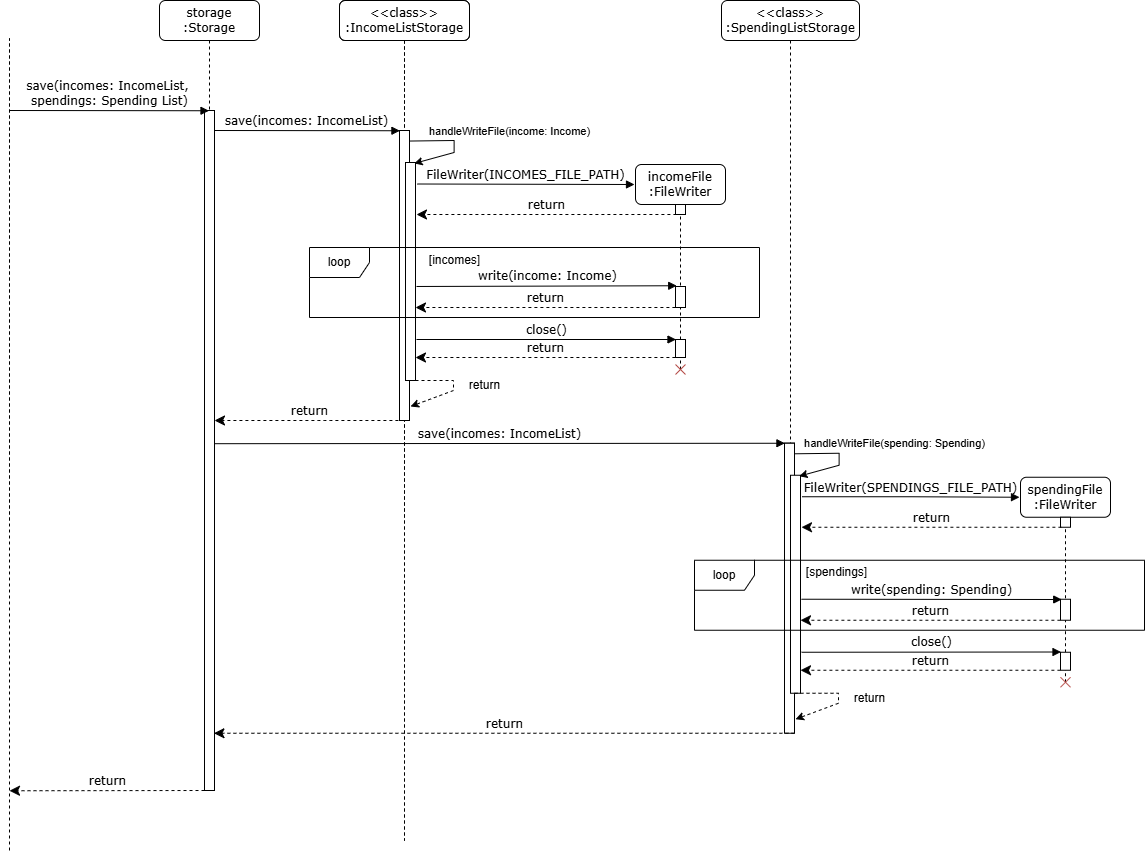
This is docs/Diagrams/Storage/saveStorageSD.png from wongwh2002/CS2113TeamProject, a draw.io export, as it was before one commit. Source tidied: cells renumbered, new cells last; positions are measured from the earlier drawing's top-left corner, leaving out a move shared by most shapes.
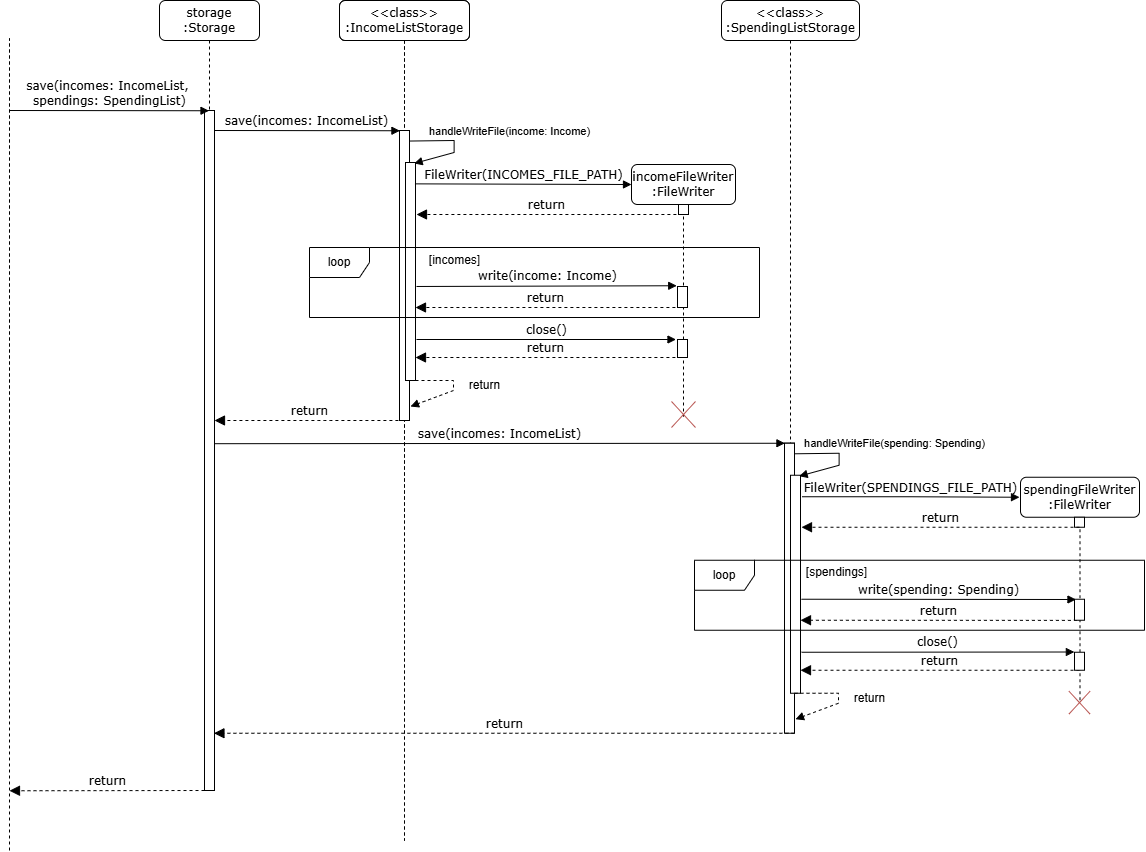
After the commit.

What changed in the source:
```diff
@@ -34,7 +34,7 @@
     <mxCell id="11" style="html=1;points=[];perimeter=orthogonalPerimeter;rounded=0;shadow=0;comic=0;labelBackgroundColor=none;strokeWidth=1;fontFamily=Verdana;fontSize=12;align=center;" parent="9" vertex="1">
       <mxGeometry x="66" y="162" width="10" height="218" as="geometry" />
     </mxCell>
-    <mxCell id="12" style="endArrow=classic;html=1;rounded=0;exitX=1.038;exitY=0.503;exitDx=0;exitDy=0;exitPerimeter=0;entryX=1.026;entryY=0.012;entryDx=0;entryDy=0;entryPerimeter=0;" parent="9" edge="1">
+    <mxCell id="12" style="endArrow=block;html=1;rounded=0;exitX=1.038;exitY=0.503;exitDx=0;exitDy=0;exitPerimeter=0;entryX=1.026;entryY=0.012;entryDx=0;entryDy=0;entryPerimeter=0;endFill=1;" parent="9" edge="1">
       <mxGeometry relative="1" as="geometry">
         <mxPoint x="70" y="140.5" as="sourcePoint" />
         <mxPoint x="74.6" y="163" as="targetPoint" />
@@ -49,7 +49,7 @@
         <mxPoint x="53" y="-18" as="offset" />
       </mxGeometry>
     </mxCell>
-    <mxCell id="14" style="endArrow=classic;html=1;rounded=0;exitX=0.591;exitY=1.001;exitDx=0;exitDy=0;exitPerimeter=0;entryX=1.186;entryY=0.767;entryDx=0;entryDy=0;entryPerimeter=0;dashed=1;" parent="9" edge="1">
+    <mxCell id="14" style="endArrow=block;html=1;rounded=0;exitX=0.591;exitY=1.001;exitDx=0;exitDy=0;exitPerimeter=0;entryX=1.186;entryY=0.767;entryDx=0;entryDy=0;entryPerimeter=0;dashed=1;endFill=1;" parent="9" edge="1">
       <mxGeometry relative="1" as="geometry">
         <mxPoint x="70" y="380" as="sourcePoint" />
         <mxPoint x="71" y="406" as="targetPoint" />
@@ -62,10 +62,9 @@
     <mxCell id="15" value="&amp;lt;&amp;lt;class&amp;gt;&amp;gt;&lt;br&gt;:SpendingListStorage" style="shape=umlLifeline;perimeter=lifelinePerimeter;whiteSpace=wrap;html=1;rounded=1;shadow=0;comic=0;labelBackgroundColor=none;strokeWidth=1;fontFamily=Verdana;fontSize=12;align=center;" parent="1" vertex="1">
       <mxGeometry x="712" width="138" height="590" as="geometry" />
     </mxCell>
-    <mxCell id="16" value="FileWriter(INCOMES_FILE_PATH)" style="html=1;verticalAlign=bottom;endArrow=block;labelBackgroundColor=none;fontFamily=Verdana;fontSize=12;edgeStyle=elbowEdgeStyle;elbow=vertical;exitX=1.071;exitY=0.13;exitDx=0;exitDy=0;exitPerimeter=0;" parent="15" edge="1">
+    <mxCell id="16" value="FileWriter(INCOMES_FILE_PATH)" style="html=1;verticalAlign=bottom;endArrow=block;labelBackgroundColor=none;fontFamily=Verdana;fontSize=12;edgeStyle=elbowEdgeStyle;elbow=vertical;exitX=0.947;exitY=0.098;exitDx=0;exitDy=0;exitPerimeter=0;" parent="15" edge="1" source="11">
       <mxGeometry relative="1" as="geometry">
-        <mxPoint x="-304.3" y="183.5" as="sourcePoint" />
-        <mxPoint x="-87" y="184" as="targetPoint" />
+        <mxPoint x="-90" y="184" as="targetPoint" />
       </mxGeometry>
     </mxCell>
     <mxCell id="17" value="close()" style="html=1;verticalAlign=bottom;endArrow=block;labelBackgroundColor=none;fontFamily=Verdana;fontSize=12;edgeStyle=elbowEdgeStyle;elbow=vertical;" parent="15" edge="1">
@@ -74,7 +73,7 @@
         <mxPoint x="-45.5" y="338.6" as="targetPoint" />
       </mxGeometry>
     </mxCell>
-    <mxCell id="18" value="return" style="html=1;verticalAlign=bottom;endArrow=classic;dashed=1;endSize=8;labelBackgroundColor=none;fontFamily=Verdana;fontSize=12;edgeStyle=elbowEdgeStyle;elbow=vertical;endFill=1;entryX=1;entryY=0.587;entryDx=0;entryDy=0;entryPerimeter=0;" parent="15" edge="1">
+    <mxCell id="18" value="return" style="html=1;verticalAlign=bottom;endArrow=block;dashed=1;endSize=8;labelBackgroundColor=none;fontFamily=Verdana;fontSize=12;edgeStyle=elbowEdgeStyle;elbow=vertical;endFill=1;entryX=1;entryY=0.587;entryDx=0;entryDy=0;entryPerimeter=0;" parent="15" edge="1">
       <mxGeometry relative="1" as="geometry">
         <mxPoint x="-46.1" y="307" as="sourcePoint" />
         <mxPoint x="-306" y="307.1" as="targetPoint" />
@@ -83,7 +82,7 @@
         </Array>
       </mxGeometry>
     </mxCell>
-    <mxCell id="19" value="return" style="html=1;verticalAlign=bottom;endArrow=classic;dashed=1;endSize=8;labelBackgroundColor=none;fontFamily=Verdana;fontSize=12;edgeStyle=elbowEdgeStyle;elbow=vertical;endFill=1;entryX=1;entryY=0.587;entryDx=0;entryDy=0;entryPerimeter=0;" parent="15" edge="1">
+    <mxCell id="19" value="return" style="html=1;verticalAlign=bottom;endArrow=block;dashed=1;endSize=8;labelBackgroundColor=none;fontFamily=Verdana;fontSize=12;edgeStyle=elbowEdgeStyle;elbow=vertical;endFill=1;entryX=1;entryY=0.587;entryDx=0;entryDy=0;entryPerimeter=0;" parent="15" edge="1">
       <mxGeometry relative="1" as="geometry">
         <mxPoint x="-46.1" y="357" as="sourcePoint" />
         <mxPoint x="-306" y="357.1" as="targetPoint" />
@@ -92,7 +91,7 @@
         </Array>
       </mxGeometry>
     </mxCell>
-    <mxCell id="20" value="save(incomes: IncomeList,&amp;nbsp;&lt;div&gt;spendings: Spending List)&lt;/div&gt;" style="html=1;verticalAlign=bottom;endArrow=block;labelBackgroundColor=none;fontFamily=Verdana;fontSize=12;edgeStyle=elbowEdgeStyle;elbow=vertical;" parent="1" edge="1" target="2">
+    <mxCell id="20" value="save(incomes: IncomeList,&amp;nbsp;&lt;div&gt;spendings: SpendingList)&lt;/div&gt;" style="html=1;verticalAlign=bottom;endArrow=block;labelBackgroundColor=none;fontFamily=Verdana;fontSize=12;edgeStyle=elbowEdgeStyle;elbow=vertical;" parent="1" edge="1" target="2">
       <mxGeometry relative="1" as="geometry">
         <mxPoint y="110" as="sourcePoint" />
       </mxGeometry>
@@ -103,27 +102,27 @@
         <mxPoint y="38" as="targetPoint" />
       </mxGeometry>
     </mxCell>
-    <mxCell id="22" value="&lt;div&gt;incomeFile&lt;/div&gt;:FileWriter" style="shape=umlLifeline;perimeter=lifelinePerimeter;whiteSpace=wrap;html=1;rounded=1;shadow=0;comic=0;labelBackgroundColor=none;strokeWidth=1;fontFamily=Verdana;fontSize=12;align=center;" parent="1" vertex="1">
-      <mxGeometry x="626" y="164" width="90" height="206" as="geometry" />
+    <mxCell id="22" value="&lt;div&gt;incomeFileWriter&lt;/div&gt;:FileWriter" style="shape=umlLifeline;perimeter=lifelinePerimeter;whiteSpace=wrap;html=1;rounded=1;shadow=0;comic=0;labelBackgroundColor=none;strokeWidth=1;fontFamily=Verdana;fontSize=12;align=center;" parent="1" vertex="1">
+      <mxGeometry x="622" y="164" width="104" height="252" as="geometry" />
     </mxCell>
     <mxCell id="23" style="html=1;perimeter=orthogonalPerimeter;rounded=0;shadow=0;comic=0;labelBackgroundColor=none;strokeWidth=1;fontFamily=Verdana;fontSize=12;align=center;" parent="22" vertex="1">
-      <mxGeometry x="40" y="40" width="10" height="10" as="geometry" />
+      <mxGeometry x="47" y="40" width="10" height="10" as="geometry" />
     </mxCell>
     <mxCell id="24" style="html=1;perimeter=orthogonalPerimeter;rounded=0;shadow=0;comic=0;labelBackgroundColor=none;strokeWidth=1;fontFamily=Verdana;fontSize=12;align=center;" parent="22" vertex="1">
-      <mxGeometry x="40" y="122" width="10" height="21" as="geometry" />
+      <mxGeometry x="46" y="122" width="10" height="21" as="geometry" />
     </mxCell>
     <mxCell id="25" style="html=1;perimeter=orthogonalPerimeter;rounded=0;shadow=0;comic=0;labelBackgroundColor=none;strokeWidth=1;fontFamily=Verdana;fontSize=12;align=center;" parent="22" vertex="1">
-      <mxGeometry x="40" y="175" width="10" height="18" as="geometry" />
+      <mxGeometry x="46" y="175" width="10" height="18" as="geometry" />
     </mxCell>
+    <mxCell id="27" style="shape=mxgraph.sysml.x;fillColor=#fe180b;strokeColor=#b85450;" parent="22" vertex="1">
+      <mxGeometry x="40" y="237" width="24" height="26" as="geometry" />
+    </mxCell>
-    <mxCell id="26" value="return" style="html=1;verticalAlign=bottom;endArrow=classic;dashed=1;endSize=8;labelBackgroundColor=none;fontFamily=Verdana;fontSize=12;edgeStyle=elbowEdgeStyle;elbow=vertical;endFill=1;" parent="1" edge="1">
+    <mxCell id="26" value="return" style="html=1;verticalAlign=bottom;endArrow=block;dashed=1;endSize=8;labelBackgroundColor=none;fontFamily=Verdana;fontSize=12;edgeStyle=elbowEdgeStyle;elbow=vertical;endFill=1;" parent="1" edge="1">
       <mxGeometry relative="1" as="geometry">
         <mxPoint x="195" y="790" as="sourcePoint" />
         <mxPoint y="790.1" as="targetPoint" />
       </mxGeometry>
     </mxCell>
-    <mxCell id="27" style="shape=mxgraph.sysml.x;fillColor=#f8cecc;strokeColor=#b85450;" parent="1" vertex="1">
-      <mxGeometry x="666" y="364" width="10" height="10" as="geometry" />
-    </mxCell>
     <mxCell id="28" style="endArrow=none;dashed=1;html=1;rounded=0;" parent="1" edge="1">
       <mxGeometry relative="1" as="geometry">
         <mxPoint y="850" as="sourcePoint" />
@@ -136,7 +135,7 @@
         <mxPoint x="667.2" y="285.6" as="targetPoint" />
       </mxGeometry>
     </mxCell>
-    <mxCell id="30" value="return" style="html=1;verticalAlign=bottom;endArrow=classic;dashed=1;endSize=8;labelBackgroundColor=none;fontFamily=Verdana;fontSize=12;edgeStyle=elbowEdgeStyle;elbow=vertical;endFill=1;entryX=1;entryY=0.587;entryDx=0;entryDy=0;entryPerimeter=0;" parent="1" edge="1">
+    <mxCell id="30" value="return" style="html=1;verticalAlign=bottom;endArrow=block;dashed=1;endSize=8;labelBackgroundColor=none;fontFamily=Verdana;fontSize=12;edgeStyle=elbowEdgeStyle;elbow=vertical;endFill=1;entryX=1;entryY=0.587;entryDx=0;entryDy=0;entryPerimeter=0;" parent="1" edge="1">
       <mxGeometry relative="1" as="geometry">
         <mxPoint x="666.9" y="214" as="sourcePoint" />
         <mxPoint x="407" y="214.1" as="targetPoint" />
@@ -148,7 +147,7 @@
     <mxCell id="31" value="loop" style="shape=umlFrame;whiteSpace=wrap;html=1;" parent="1" vertex="1">
       <mxGeometry x="300" y="247" width="450" height="70" as="geometry" />
     </mxCell>
-    <mxCell id="32" value="return" style="html=1;verticalAlign=bottom;endArrow=classic;dashed=1;endSize=8;labelBackgroundColor=none;fontFamily=Verdana;fontSize=12;edgeStyle=elbowEdgeStyle;elbow=vertical;endFill=1;" parent="1" edge="1">
+    <mxCell id="32" value="return" style="html=1;verticalAlign=bottom;endArrow=block;dashed=1;endSize=8;labelBackgroundColor=none;fontFamily=Verdana;fontSize=12;edgeStyle=elbowEdgeStyle;elbow=vertical;endFill=1;" parent="1" edge="1">
       <mxGeometry relative="1" as="geometry">
         <mxPoint x="394.9" y="420" as="sourcePoint" />
         <mxPoint x="205" y="420" as="targetPoint" />
@@ -178,7 +177,7 @@
     <mxCell id="39" style="html=1;perimeter=orthogonalPerimeter;rounded=0;shadow=0;comic=0;labelBackgroundColor=none;strokeWidth=1;fontFamily=Verdana;fontSize=12;align=center;" parent="1" vertex="1">
       <mxGeometry x="781" y="474.8" width="10" height="218" as="geometry" />
     </mxCell>
-    <mxCell id="40" style="endArrow=classic;html=1;rounded=0;exitX=1.038;exitY=0.503;exitDx=0;exitDy=0;exitPerimeter=0;entryX=1.026;entryY=0.012;entryDx=0;entryDy=0;entryPerimeter=0;" parent="1" edge="1">
+    <mxCell id="40" style="endArrow=block;html=1;rounded=0;exitX=1.038;exitY=0.503;exitDx=0;exitDy=0;exitPerimeter=0;entryX=1.026;entryY=0.012;entryDx=0;entryDy=0;entryPerimeter=0;endFill=1;" parent="1" edge="1">
       <mxGeometry relative="1" as="geometry">
         <mxPoint x="785" y="453.3" as="sourcePoint" />
         <mxPoint x="789.6" y="475.7" as="targetPoint" />
@@ -193,7 +192,7 @@
         <mxPoint x="53" y="-18" as="offset" />
       </mxGeometry>
     </mxCell>
-    <mxCell id="42" style="endArrow=classic;html=1;rounded=0;exitX=0.591;exitY=1.001;exitDx=0;exitDy=0;exitPerimeter=0;entryX=1.186;entryY=0.767;entryDx=0;entryDy=0;entryPerimeter=0;dashed=1;" parent="1" edge="1">
+    <mxCell id="42" style="endArrow=block;html=1;rounded=0;exitX=0.591;exitY=1.001;exitDx=0;exitDy=0;exitPerimeter=0;entryX=1.186;entryY=0.767;entryDx=0;entryDy=0;entryPerimeter=0;dashed=1;endFill=1;" parent="1" edge="1">
       <mxGeometry relative="1" as="geometry">
         <mxPoint x="785" y="692.8" as="sourcePoint" />
         <mxPoint x="786" y="718.8" as="targetPoint" />
@@ -209,54 +208,49 @@
         <mxPoint x="1010" y="496.8" as="targetPoint" />
       </mxGeometry>
     </mxCell>
-    <mxCell id="44" value="close()" style="html=1;verticalAlign=bottom;endArrow=block;labelBackgroundColor=none;fontFamily=Verdana;fontSize=12;edgeStyle=elbowEdgeStyle;elbow=vertical;" parent="1" edge="1">
+    <mxCell id="44" value="close()" style="html=1;verticalAlign=bottom;endArrow=block;labelBackgroundColor=none;fontFamily=Verdana;fontSize=12;edgeStyle=elbowEdgeStyle;elbow=vertical;entryX=-0.014;entryY=0.005;entryDx=0;entryDy=0;entryPerimeter=0;" parent="1" edge="1" target="50">
       <mxGeometry relative="1" as="geometry">
         <mxPoint x="792" y="651.8" as="sourcePoint" />
-        <mxPoint x="1051.5" y="651.3" as="targetPoint" />
       </mxGeometry>
     </mxCell>
-    <mxCell id="45" value="return" style="html=1;verticalAlign=bottom;endArrow=classic;dashed=1;endSize=8;labelBackgroundColor=none;fontFamily=Verdana;fontSize=12;edgeStyle=elbowEdgeStyle;elbow=vertical;endFill=1;entryX=1;entryY=0.587;entryDx=0;entryDy=0;entryPerimeter=0;" parent="1" edge="1">
+    <mxCell id="45" value="return" style="html=1;verticalAlign=bottom;endArrow=block;dashed=1;endSize=8;labelBackgroundColor=none;fontFamily=Verdana;fontSize=12;edgeStyle=elbowEdgeStyle;elbow=vertical;endFill=1;entryX=1;entryY=0.587;entryDx=0;entryDy=0;entryPerimeter=0;exitX=0.239;exitY=1.006;exitDx=0;exitDy=0;exitPerimeter=0;" parent="1" edge="1" source="49">
       <mxGeometry relative="1" as="geometry">
-        <mxPoint x="1050.9" y="619.8" as="sourcePoint" />
         <mxPoint x="791" y="619.8" as="targetPoint" />
         <Array as="points">
           <mxPoint x="971.4" y="619.8" />
         </Array>
       </mxGeometry>
     </mxCell>
-    <mxCell id="46" value="return" style="html=1;verticalAlign=bottom;endArrow=classic;dashed=1;endSize=8;labelBackgroundColor=none;fontFamily=Verdana;fontSize=12;edgeStyle=elbowEdgeStyle;elbow=vertical;endFill=1;entryX=1;entryY=0.587;entryDx=0;entryDy=0;entryPerimeter=0;" parent="1" edge="1">
+    <mxCell id="46" value="return" style="html=1;verticalAlign=bottom;endArrow=block;dashed=1;endSize=8;labelBackgroundColor=none;fontFamily=Verdana;fontSize=12;edgeStyle=elbowEdgeStyle;elbow=vertical;endFill=1;entryX=1;entryY=0.587;entryDx=0;entryDy=0;entryPerimeter=0;" parent="1" edge="1" source="47">
       <mxGeometry relative="1" as="geometry">
-        <mxPoint x="1050.9" y="669.8" as="sourcePoint" />
         <mxPoint x="791" y="669.8" as="targetPoint" />
         <Array as="points">
           <mxPoint x="971.4" y="669.8" />
         </Array>
       </mxGeometry>
     </mxCell>
-    <mxCell id="47" value="&lt;div&gt;spendingFile&lt;/div&gt;:FileWriter" style="shape=umlLifeline;perimeter=lifelinePerimeter;whiteSpace=wrap;html=1;outlineConnect=0;rounded=1;shadow=0;comic=0;labelBackgroundColor=none;strokeWidth=1;fontFamily=Verdana;fontSize=12;align=center;" parent="1" vertex="1">
-      <mxGeometry x="1011" y="476.8" width="90" height="206" as="geometry" />
+    <mxCell id="47" value="&lt;div&gt;spendingFileWriter&lt;/div&gt;:FileWriter" style="shape=umlLifeline;perimeter=lifelinePerimeter;whiteSpace=wrap;html=1;outlineConnect=0;rounded=1;shadow=0;comic=0;labelBackgroundColor=none;strokeWidth=1;fontFamily=Verdana;fontSize=12;align=center;" parent="1" vertex="1">
+      <mxGeometry x="1011" y="476.8" width="119" height="223.2" as="geometry" />
     </mxCell>
     <mxCell id="48" style="html=1;perimeter=orthogonalPerimeter;rounded=0;shadow=0;comic=0;labelBackgroundColor=none;strokeWidth=1;fontFamily=Verdana;fontSize=12;align=center;" parent="47" vertex="1">
-      <mxGeometry x="40" y="40" width="10" height="10" as="geometry" />
+      <mxGeometry x="54" y="40" width="10" height="10" as="geometry" />
     </mxCell>
     <mxCell id="49" style="html=1;points=[];perimeter=orthogonalPerimeter;rounded=0;shadow=0;comic=0;labelBackgroundColor=none;strokeWidth=1;fontFamily=Verdana;fontSize=12;align=center;" parent="47" vertex="1">
-      <mxGeometry x="40" y="122" width="10" height="21" as="geometry" />
+      <mxGeometry x="54" y="122" width="10" height="21" as="geometry" />
     </mxCell>
     <mxCell id="50" style="html=1;points=[];perimeter=orthogonalPerimeter;rounded=0;shadow=0;comic=0;labelBackgroundColor=none;strokeWidth=1;fontFamily=Verdana;fontSize=12;align=center;" parent="47" vertex="1">
-      <mxGeometry x="40" y="175" width="10" height="18" as="geometry" />
+      <mxGeometry x="54" y="175" width="10" height="18" as="geometry" />
     </mxCell>
     <mxCell id="51" style="shape=mxgraph.sysml.x;fillColor=#f8cecc;strokeColor=#b85450;" parent="1" vertex="1">
-      <mxGeometry x="1051" y="676.8" width="10" height="10" as="geometry" />
+      <mxGeometry x="1059.5" y="690.8" width="21" height="22.8" as="geometry" />
     </mxCell>
-    <mxCell id="52" value="write(spending: Spending)" style="html=1;verticalAlign=bottom;endArrow=block;labelBackgroundColor=none;fontFamily=Verdana;fontSize=12;edgeStyle=elbowEdgeStyle;elbow=vertical;exitX=0.978;exitY=0.47;exitDx=0;exitDy=0;exitPerimeter=0;" parent="1" edge="1">
+    <mxCell id="52" value="write(spending: Spending)" style="html=1;verticalAlign=bottom;endArrow=block;labelBackgroundColor=none;fontFamily=Verdana;fontSize=12;edgeStyle=elbowEdgeStyle;elbow=vertical;exitX=0.978;exitY=0.47;exitDx=0;exitDy=0;exitPerimeter=0;entryX=0.147;entryY=0.021;entryDx=0;entryDy=0;entryPerimeter=0;" parent="1" edge="1" target="49">
       <mxGeometry relative="1" as="geometry">
         <mxPoint x="792" y="598.7" as="sourcePoint" />
-        <mxPoint x="1052.2" y="598.4" as="targetPoint" />
       </mxGeometry>
     </mxCell>
-    <mxCell id="53" value="return" style="html=1;verticalAlign=bottom;endArrow=classic;dashed=1;endSize=8;labelBackgroundColor=none;fontFamily=Verdana;fontSize=12;edgeStyle=elbowEdgeStyle;elbow=vertical;endFill=1;entryX=1;entryY=0.587;entryDx=0;entryDy=0;entryPerimeter=0;" parent="1" edge="1">
+    <mxCell id="53" value="return" style="html=1;verticalAlign=bottom;endArrow=block;dashed=1;endSize=8;labelBackgroundColor=none;fontFamily=Verdana;fontSize=12;edgeStyle=elbowEdgeStyle;elbow=vertical;endFill=1;entryX=1;entryY=0.587;entryDx=0;entryDy=0;entryPerimeter=0;" parent="1" edge="1" source="47">
       <mxGeometry relative="1" as="geometry">
-        <mxPoint x="1051.9" y="526.8" as="sourcePoint" />
         <mxPoint x="792" y="526.8" as="targetPoint" />
         <Array as="points">
           <mxPoint x="972.4" y="526.8" />
@@ -266,7 +260,7 @@
     <mxCell id="54" value="loop" style="shape=umlFrame;whiteSpace=wrap;html=1;" parent="1" vertex="1">
       <mxGeometry x="685" y="559.8" width="450" height="70" as="geometry" />
     </mxCell>
-    <mxCell id="55" value="return" style="html=1;verticalAlign=bottom;endArrow=classic;dashed=1;endSize=8;labelBackgroundColor=none;fontFamily=Verdana;fontSize=12;edgeStyle=elbowEdgeStyle;elbow=vertical;endFill=1;" parent="1" edge="1">
+    <mxCell id="55" value="return" style="html=1;verticalAlign=bottom;endArrow=block;dashed=1;endSize=8;labelBackgroundColor=none;fontFamily=Verdana;fontSize=12;edgeStyle=elbowEdgeStyle;elbow=vertical;endFill=1;" parent="1" edge="1">
       <mxGeometry relative="1" as="geometry">
         <mxPoint x="784.9" y="732.8" as="sourcePoint" />
         <mxPoint x="204.4" y="732.8" as="targetPoint" />
```
